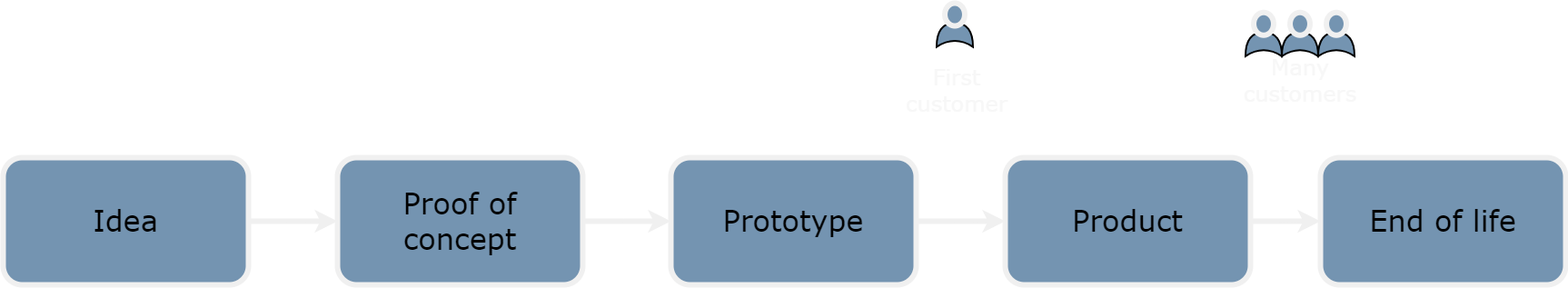
Earlier version of the draw.io export images/product-life-cycle.drawio.png (andrie/PMDS). Source tidied: cells renumbered, new cells last; positions are measured from the earlier drawing's top-left corner, leaving out a move shared by most shapes. Its diagram source:
```xml
<mxGraphModel>
  <root>
    <mxCell id="0" />
    <mxCell id="1" parent="0" />
    <mxCell id="2" style="edgeStyle=none;shape=connector;rounded=1;html=1;entryX=0;entryY=0.5;entryDx=0;entryDy=0;labelBackgroundColor=default;strokeColor=#f0f0f0;fontFamily=Verdana;fontSize=24;fontColor=#000000;endArrow=classic;strokeWidth=6;fillColor=#7494b1;" parent="1" edge="1" source="3" target="5">
      <mxGeometry relative="1" as="geometry" />
    </mxCell>
    <mxCell id="3" value="Idea" style="rounded=1;whiteSpace=wrap;html=1;fontFamily=Verdana;fillColor=#7494b1;fontColor=#000000;fontSize=32;strokeWidth=6;strokeColor=#f0f0f0;spacing=7;" parent="1" vertex="1">
      <mxGeometry y="170" width="270" height="140" as="geometry" />
    </mxCell>
    <mxCell id="4" style="edgeStyle=none;html=1;fontSize=24;fontFamily=Verdana;strokeColor=#f0f0f0;fontColor=#000000;strokeWidth=6;fillColor=#7494b1;" parent="1" edge="1" source="5" target="23">
      <mxGeometry relative="1" as="geometry" />
    </mxCell>
    <mxCell id="5" value="Proof of concept" style="whiteSpace=wrap;html=1;fontFamily=Verdana;fillColor=#7494b1;fontColor=#000000;rounded=1;fontSize=32;strokeWidth=6;shadow=0;glass=0;strokeColor=#f0f0f0;spacing=7;" parent="1" vertex="1">
      <mxGeometry x="368" y="170" width="270" height="140" as="geometry" />
    </mxCell>
    <mxCell id="6" style="group;" parent="1" vertex="1">
      <mxGeometry x="1370" y="10.2" width="115" height="90" as="geometry" />
    </mxCell>
    <mxCell id="7" style="group;" parent="6" vertex="1">
      <mxGeometry width="35" height="50" as="geometry" />
    </mxCell>
    <mxCell id="8" style="shape=xor;whiteSpace=wrap;html=1;rounded=1;strokeColor=default;strokeWidth=2;fontFamily=Verdana;fontSize=24;fontColor=#000000;fillColor=#7494B1;rotation=-90;" parent="7" vertex="1">
      <mxGeometry x="4.4" y="15" width="26.2" height="40" as="geometry" />
    </mxCell>
    <mxCell id="9" style="ellipse;whiteSpace=wrap;html=1;rounded=1;strokeColor=#f0f0f0;strokeWidth=6;fontFamily=Verdana;fontSize=24;fontColor=#000000;fillColor=#7494b1;" parent="7" vertex="1">
      <mxGeometry x="6.6" width="21.9" height="25" as="geometry" />
    </mxCell>
    <mxCell id="10" style="group;" parent="6" vertex="1">
      <mxGeometry x="40" width="35" height="50" as="geometry" />
    </mxCell>
    <mxCell id="11" style="shape=xor;whiteSpace=wrap;html=1;rounded=1;strokeColor=default;strokeWidth=2;fontFamily=Verdana;fontSize=24;fontColor=#000000;fillColor=#7494B1;rotation=-90;" parent="10" vertex="1">
      <mxGeometry x="4.4" y="15" width="26.2" height="40" as="geometry" />
    </mxCell>
    <mxCell id="12" style="ellipse;whiteSpace=wrap;html=1;rounded=1;strokeColor=#f0f0f0;strokeWidth=6;fontFamily=Verdana;fontSize=24;fontColor=#000000;fillColor=#7494b1;" parent="10" vertex="1">
      <mxGeometry x="6.6" width="21.9" height="25" as="geometry" />
    </mxCell>
    <mxCell id="13" style="group;" parent="6" vertex="1">
      <mxGeometry x="80" width="35" height="50" as="geometry" />
    </mxCell>
    <mxCell id="14" style="shape=xor;whiteSpace=wrap;html=1;rounded=1;strokeColor=default;strokeWidth=2;fontFamily=Verdana;fontSize=24;fontColor=#000000;fillColor=#7494B1;rotation=-90;" parent="13" vertex="1">
      <mxGeometry x="4.4" y="15" width="26.2" height="40" as="geometry" />
    </mxCell>
    <mxCell id="15" style="ellipse;whiteSpace=wrap;html=1;rounded=1;strokeColor=#f0f0f0;strokeWidth=6;fontFamily=Verdana;fontSize=24;fontColor=#000000;fillColor=#7494b1;" parent="13" vertex="1">
      <mxGeometry x="6.6" width="21.9" height="25" as="geometry" />
    </mxCell>
    <mxCell id="16" value="Many customers" style="text;html=1;strokeColor=none;fillColor=none;align=center;verticalAlign=middle;whiteSpace=wrap;rounded=0;strokeWidth=6;fontFamily=Verdana;fontSize=24;fontColor=#f7f7f7;" parent="6" vertex="1">
      <mxGeometry x="27.5" y="60" width="60" height="30" as="geometry" />
    </mxCell>
    <mxCell id="17" value="F" style="group;" parent="1" vertex="1">
      <mxGeometry x="1020" width="60" height="110.5" as="geometry" />
    </mxCell>
    <mxCell id="18" value="First customer" style="text;html=1;strokeColor=none;fillColor=none;align=center;verticalAlign=middle;whiteSpace=wrap;rounded=0;strokeWidth=6;fontFamily=Verdana;fontSize=24;fontColor=#f7f7f7;" parent="17" vertex="1">
      <mxGeometry y="80.5" width="60" height="30" as="geometry" />
    </mxCell>
    <mxCell id="19" style="group;" parent="17" vertex="1">
      <mxGeometry x="10" width="35" height="50" as="geometry" />
    </mxCell>
    <mxCell id="20" style="shape=xor;whiteSpace=wrap;html=1;rounded=1;strokeColor=default;strokeWidth=2;fontFamily=Verdana;fontSize=24;fontColor=#000000;fillColor=#7494B1;rotation=-90;" parent="19" vertex="1">
      <mxGeometry x="4.4" y="15" width="26.2" height="40" as="geometry" />
    </mxCell>
    <mxCell id="21" style="ellipse;whiteSpace=wrap;html=1;rounded=1;strokeColor=#f0f0f0;strokeWidth=6;fontFamily=Verdana;fontSize=24;fontColor=#000000;fillColor=#7494b1;" parent="19" vertex="1">
      <mxGeometry x="6.6" width="21.9" height="25" as="geometry" />
    </mxCell>
    <mxCell id="22" style="edgeStyle=none;html=1;fontSize=24;fontFamily=Verdana;strokeColor=#f0f0f0;fontColor=#000000;strokeWidth=6;fillColor=#7494b1;" parent="1" edge="1" source="23" target="25">
      <mxGeometry relative="1" as="geometry" />
    </mxCell>
    <mxCell id="23" value="Prototype" style="whiteSpace=wrap;html=1;fontFamily=Verdana;fillColor=#7494b1;fontColor=#000000;rounded=1;fontSize=32;strokeWidth=6;shadow=0;glass=0;strokeColor=#f0f0f0;spacing=7;" parent="1" vertex="1">
      <mxGeometry x="735" y="170" width="270" height="140" as="geometry" />
    </mxCell>
    <mxCell id="24" style="edgeStyle=none;shape=connector;rounded=1;html=1;labelBackgroundColor=default;strokeColor=#f0f0f0;strokeWidth=6;fontFamily=Verdana;fontSize=24;fontColor=#000000;endArrow=classic;fillColor=#7494b1;" parent="1" edge="1" source="25" target="26">
      <mxGeometry relative="1" as="geometry" />
    </mxCell>
    <mxCell id="25" value="Product" style="whiteSpace=wrap;html=1;fontFamily=Verdana;fillColor=#7494b1;fontColor=#000000;rounded=1;fontSize=32;strokeWidth=6;shadow=0;glass=0;strokeColor=#f0f0f0;spacing=7;" parent="1" vertex="1">
      <mxGeometry x="1103" y="170" width="270" height="140" as="geometry" />
    </mxCell>
    <mxCell id="26" value="End of life" style="whiteSpace=wrap;html=1;fontFamily=Verdana;fillColor=#7494b1;fontColor=#000000;rounded=1;fontSize=32;strokeWidth=6;shadow=0;glass=0;strokeColor=#f0f0f0;spacing=7;" parent="1" vertex="1">
      <mxGeometry x="1450" y="170" width="270" height="140" as="geometry" />
    </mxCell>
  </root>
</mxGraphModel>
```
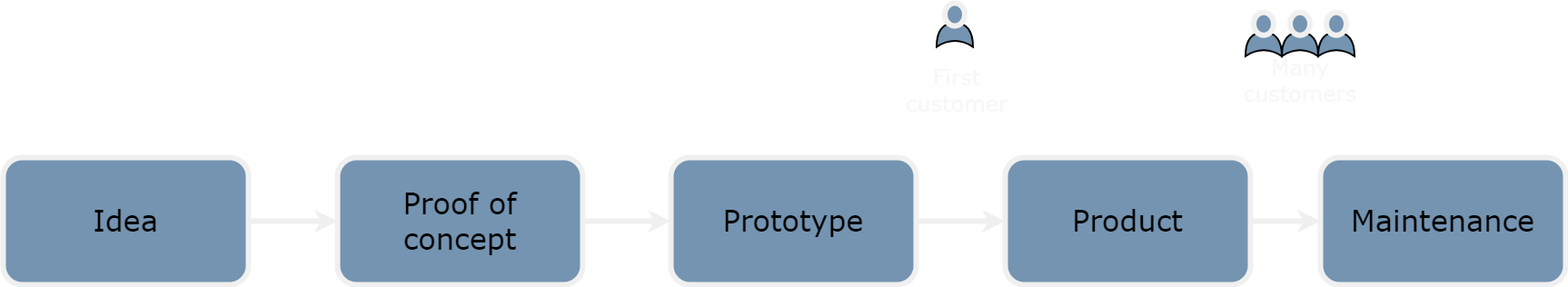
The same file after the commit.

The edit, as a diff of the source:
```diff
@@ -74,7 +74,7 @@
     <mxCell id="25" value="Product" style="whiteSpace=wrap;html=1;fontFamily=Verdana;fillColor=#7494b1;fontColor=#000000;rounded=1;fontSize=32;strokeWidth=6;shadow=0;glass=0;strokeColor=#f0f0f0;spacing=7;" parent="1" vertex="1">
       <mxGeometry x="1103" y="170" width="270" height="140" as="geometry" />
     </mxCell>
-    <mxCell id="26" value="End of life" style="whiteSpace=wrap;html=1;fontFamily=Verdana;fillColor=#7494b1;fontColor=#000000;rounded=1;fontSize=32;strokeWidth=6;shadow=0;glass=0;strokeColor=#f0f0f0;spacing=7;" parent="1" vertex="1">
+    <mxCell id="26" value="Maintenance" style="whiteSpace=wrap;html=1;fontFamily=Verdana;fillColor=#7494b1;fontColor=#000000;rounded=1;fontSize=32;strokeWidth=6;shadow=0;glass=0;strokeColor=#f0f0f0;spacing=7;" parent="1" vertex="1">
       <mxGeometry x="1450" y="170" width="270" height="140" as="geometry" />
     </mxCell>
   </root>
```
